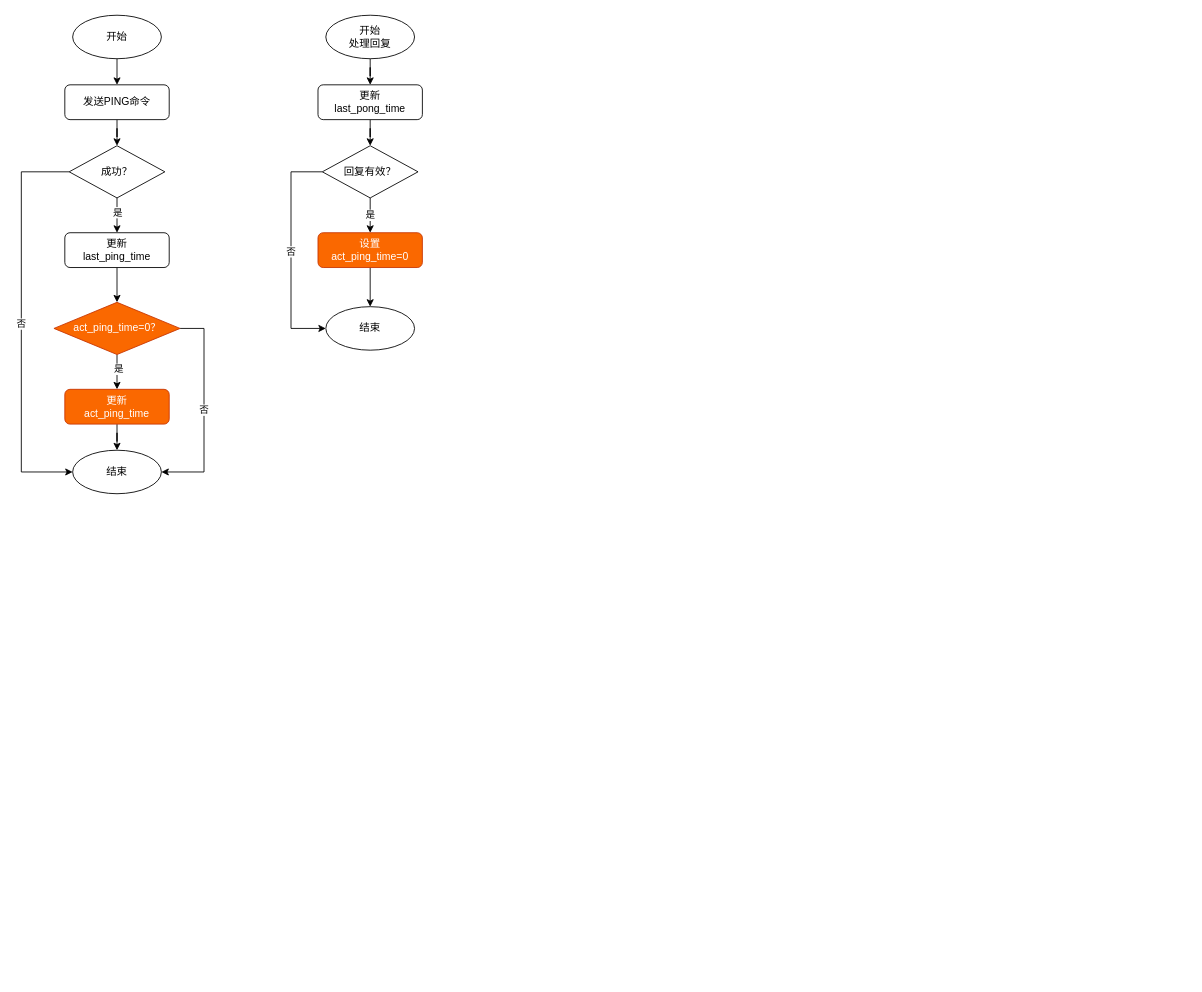
raysonxin/code-notes keeps this draw.io diagram as page "Sentinel" (5 of 5) of Untitled Diagram.drawio. Above is the earlier version. Source tidied: cells renumbered, new cells numbered last; positions are measured from the earlier drawing's top-left corner, leaving out a move shared by most shapes. Both pictures are drawn from the tidied source at 87%, with x=0, y=0 at pixel (21, 15).
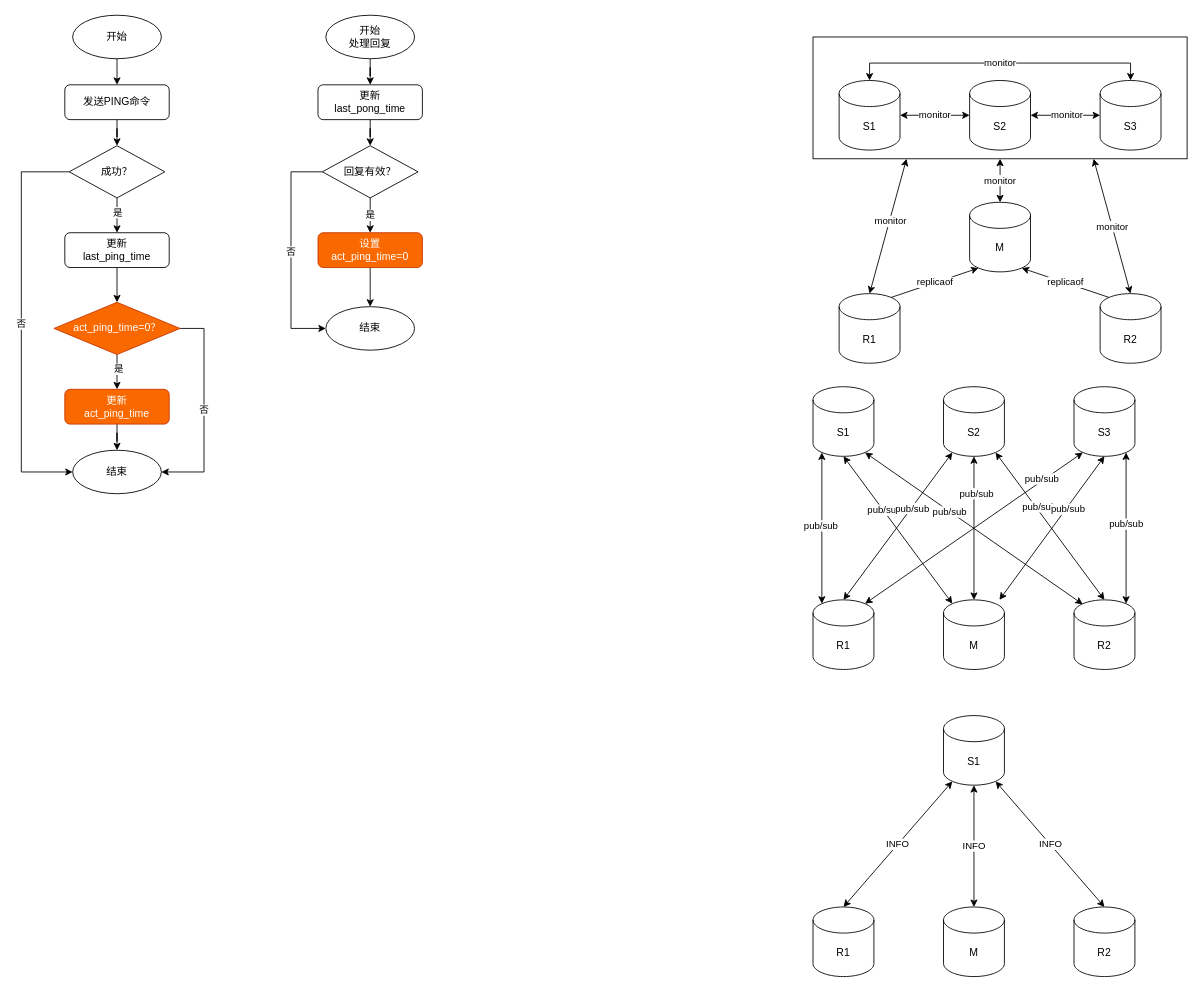
After the change.

Diff of the diagram source:
```diff
@@
+    <mxCell id="29" style="rounded=0;whiteSpace=wrap;html=1;" parent="1" vertex="1">
+      <mxGeometry x="910" y="25" width="430" height="140" as="geometry" />
+    </mxCell>
+    <mxCell id="30" value="monitor" style="edgeStyle=orthogonalEdgeStyle;rounded=0;jettySize=auto;html=1;exitX=1;exitY=0.5;exitDx=0;exitDy=0;exitPerimeter=0;entryX=0;entryY=0.5;entryDx=0;entryDy=0;entryPerimeter=0;startArrow=classic;startFill=1;" parent="1" edge="1" source="32" target="35">
+      <mxGeometry relative="1" as="geometry" />
+    </mxCell>
+    <mxCell id="31" value="monitor" style="edgeStyle=orthogonalEdgeStyle;rounded=0;jettySize=auto;html=1;exitX=0.5;exitY=0;exitDx=0;exitDy=0;exitPerimeter=0;entryX=0.5;entryY=0;entryDx=0;entryDy=0;entryPerimeter=0;startArrow=classic;startFill=1;" parent="1" edge="1" source="32" target="36">
+      <mxGeometry relative="1" as="geometry" />
+    </mxCell>
+    <mxCell id="32" value="S1" style="shape=cylinder3;whiteSpace=wrap;html=1;boundedLbl=1;backgroundOutline=1;size=15;" parent="1" vertex="1">
+      <mxGeometry x="940" y="75" width="70" height="80" as="geometry" />
+    </mxCell>
+    <mxCell id="33" style="edgeStyle=orthogonalEdgeStyle;rounded=0;jettySize=auto;html=1;exitX=1;exitY=0.5;exitDx=0;exitDy=0;exitPerimeter=0;entryX=0;entryY=0.5;entryDx=0;entryDy=0;entryPerimeter=0;startArrow=classic;startFill=1;" parent="1" edge="1" source="35" target="36">
+      <mxGeometry relative="1" as="geometry" />
+    </mxCell>
+    <mxCell id="34" value="monitor" style="edgeLabel;html=1;align=center;verticalAlign=middle;" parent="33" vertex="1">
+      <mxGeometry x="0.03" y="1" relative="1" as="geometry" />
+    </mxCell>
+    <mxCell id="35" value="S2" style="shape=cylinder3;whiteSpace=wrap;html=1;boundedLbl=1;backgroundOutline=1;size=15;" parent="1" vertex="1">
+      <mxGeometry x="1090" y="75" width="70" height="80" as="geometry" />
+    </mxCell>
+    <mxCell id="36" value="S3" style="shape=cylinder3;whiteSpace=wrap;html=1;boundedLbl=1;backgroundOutline=1;size=15;" parent="1" vertex="1">
+      <mxGeometry x="1240" y="75" width="70" height="80" as="geometry" />
+    </mxCell>
+    <mxCell id="37" value="monitor" style="edgeStyle=orthogonalEdgeStyle;rounded=0;jettySize=auto;html=1;exitX=0.5;exitY=0;exitDx=0;exitDy=0;exitPerimeter=0;entryX=0.5;entryY=1;entryDx=0;entryDy=0;startArrow=classic;startFill=1;" parent="1" edge="1" source="38" target="29">
+      <mxGeometry relative="1" as="geometry" />
+    </mxCell>
+    <mxCell id="38" value="M" style="shape=cylinder3;whiteSpace=wrap;html=1;boundedLbl=1;backgroundOutline=1;size=15;" parent="1" vertex="1">
+      <mxGeometry x="1090" y="215" width="70" height="80" as="geometry" />
+    </mxCell>
+    <mxCell id="39" value="replicaof" style="rounded=0;jettySize=auto;html=1;exitX=0.855;exitY=0;exitDx=0;exitDy=4.35;exitPerimeter=0;entryX=0.145;entryY=1;entryDx=0;entryDy=-4.35;entryPerimeter=0;" parent="1" edge="1" source="42" target="38">
+      <mxGeometry relative="1" as="geometry" />
+    </mxCell>
+    <mxCell id="40" style="rounded=0;jettySize=auto;html=1;exitX=0.5;exitY=0;exitDx=0;exitDy=0;exitPerimeter=0;entryX=0.25;entryY=1;entryDx=0;entryDy=0;startArrow=classic;startFill=1;" parent="1" edge="1" source="42" target="29">
+      <mxGeometry relative="1" as="geometry" />
+    </mxCell>
+    <mxCell id="41" value="monitor" style="edgeLabel;html=1;align=center;verticalAlign=middle;" parent="40" vertex="1">
+      <mxGeometry x="0.08" relative="1" as="geometry" />
+    </mxCell>
+    <mxCell id="42" value="R1" style="shape=cylinder3;whiteSpace=wrap;html=1;boundedLbl=1;backgroundOutline=1;size=15;" parent="1" vertex="1">
+      <mxGeometry x="940" y="320" width="70" height="80" as="geometry" />
+    </mxCell>
+    <mxCell id="43" value="replicaof" style="edgeStyle=none;rounded=0;jettySize=auto;html=1;exitX=0.145;exitY=0;exitDx=0;exitDy=4.35;exitPerimeter=0;entryX=0.855;entryY=1;entryDx=0;entryDy=-4.35;entryPerimeter=0;" parent="1" edge="1" source="45" target="38">
+      <mxGeometry relative="1" as="geometry" />
+    </mxCell>
+    <mxCell id="44" value="monitor" style="edgeStyle=none;rounded=0;jettySize=auto;html=1;exitX=0.5;exitY=0;exitDx=0;exitDy=0;exitPerimeter=0;entryX=0.75;entryY=1;entryDx=0;entryDy=0;startArrow=classic;startFill=1;" parent="1" edge="1" source="45" target="29">
+      <mxGeometry relative="1" as="geometry" />
+    </mxCell>
+    <mxCell id="45" value="R2" style="shape=cylinder3;whiteSpace=wrap;html=1;boundedLbl=1;backgroundOutline=1;size=15;" parent="1" vertex="1">
+      <mxGeometry x="1240" y="320" width="70" height="80" as="geometry" />
+    </mxCell>
+    <mxCell id="46" style="edgeStyle=none;rounded=0;jettySize=auto;html=1;exitX=0.145;exitY=1;exitDx=0;exitDy=-4.35;exitPerimeter=0;entryX=0.145;entryY=0;entryDx=0;entryDy=4.35;entryPerimeter=0;startArrow=classic;startFill=1;" parent="1" edge="1" source="52" target="68">
+      <mxGeometry relative="1" as="geometry" />
+    </mxCell>
+    <mxCell id="47" value="pub/sub" style="edgeLabel;html=1;align=center;verticalAlign=middle;" parent="46" vertex="1">
+      <mxGeometry x="-0.03" y="-2" relative="1" as="geometry" />
+    </mxCell>
+    <mxCell id="48" style="edgeStyle=none;rounded=0;jettySize=auto;html=1;exitX=0.5;exitY=1;exitDx=0;exitDy=0;exitPerimeter=0;entryX=0.145;entryY=0;entryDx=0;entryDy=4.35;entryPerimeter=0;startArrow=classic;startFill=1;" parent="1" edge="1" source="52" target="67">
+      <mxGeometry relative="1" as="geometry" />
+    </mxCell>
+    <mxCell id="49" value="pub/sub" style="edgeLabel;html=1;align=center;verticalAlign=middle;" parent="48" vertex="1">
+      <mxGeometry x="-0.27" y="1" relative="1" as="geometry" />
+    </mxCell>
+    <mxCell id="50" style="edgeStyle=none;rounded=0;jettySize=auto;html=1;exitX=0.855;exitY=1;exitDx=0;exitDy=-4.35;exitPerimeter=0;startArrow=classic;startFill=1;entryX=0.143;entryY=0.063;entryDx=0;entryDy=0;entryPerimeter=0;" parent="1" edge="1" source="52" target="69">
+      <mxGeometry relative="1" as="geometry" />
+    </mxCell>
+    <mxCell id="51" value="pub/sub" style="edgeLabel;html=1;align=center;verticalAlign=middle;" parent="50" vertex="1">
+      <mxGeometry x="-0.22" y="-1" relative="1" as="geometry">
+        <mxPoint y="-1" as="offset" />
+      </mxGeometry>
+    </mxCell>
+    <mxCell id="52" value="S1" style="shape=cylinder3;whiteSpace=wrap;html=1;boundedLbl=1;backgroundOutline=1;size=15;" parent="1" vertex="1">
+      <mxGeometry x="910" y="427" width="70" height="80" as="geometry" />
+    </mxCell>
+    <mxCell id="53" style="edgeStyle=none;rounded=0;jettySize=auto;html=1;exitX=0.145;exitY=1;exitDx=0;exitDy=-4.35;exitPerimeter=0;entryX=0.5;entryY=0;entryDx=0;entryDy=0;entryPerimeter=0;startArrow=classic;startFill=1;" parent="1" edge="1" source="59" target="68">
+      <mxGeometry relative="1" as="geometry" />
+    </mxCell>
+    <mxCell id="54" value="pub/sub" style="edgeLabel;html=1;align=center;verticalAlign=middle;" parent="53" vertex="1">
+      <mxGeometry x="-0.25" relative="1" as="geometry" />
+    </mxCell>
+    <mxCell id="55" style="edgeStyle=none;rounded=0;jettySize=auto;html=1;exitX=0.5;exitY=1;exitDx=0;exitDy=0;exitPerimeter=0;startArrow=classic;startFill=1;" parent="1" edge="1" source="59" target="67">
+      <mxGeometry relative="1" as="geometry" />
+    </mxCell>
+    <mxCell id="56" value="pub/sub" style="edgeLabel;html=1;align=center;verticalAlign=middle;" parent="55" vertex="1">
+      <mxGeometry x="-0.49" y="2" relative="1" as="geometry" />
+    </mxCell>
+    <mxCell id="57" style="edgeStyle=none;rounded=0;jettySize=auto;html=1;exitX=0.855;exitY=1;exitDx=0;exitDy=-4.35;exitPerimeter=0;entryX=0.5;entryY=0;entryDx=0;entryDy=0;entryPerimeter=0;startArrow=classic;startFill=1;" parent="1" edge="1" source="59" target="69">
+      <mxGeometry relative="1" as="geometry" />
+    </mxCell>
+    <mxCell id="58" value="pub/sub" style="edgeLabel;html=1;align=center;verticalAlign=middle;" parent="57" vertex="1">
+      <mxGeometry x="-0.25" y="3" relative="1" as="geometry" />
+    </mxCell>
+    <mxCell id="59" value="S2" style="shape=cylinder3;whiteSpace=wrap;html=1;boundedLbl=1;backgroundOutline=1;size=15;" parent="1" vertex="1">
+      <mxGeometry x="1060" y="427" width="70" height="80" as="geometry" />
+    </mxCell>
+    <mxCell id="60" style="edgeStyle=none;rounded=0;jettySize=auto;html=1;exitX=0.145;exitY=1;exitDx=0;exitDy=-4.35;exitPerimeter=0;entryX=0.855;entryY=0;entryDx=0;entryDy=4.35;entryPerimeter=0;startArrow=classic;startFill=1;" parent="1" edge="1" source="66" target="68">
+      <mxGeometry relative="1" as="geometry" />
+    </mxCell>
+    <mxCell id="61" value="pub/sub" style="edgeLabel;html=1;align=center;verticalAlign=middle;" parent="60" vertex="1">
+      <mxGeometry x="-0.63" y="-3" relative="1" as="geometry" />
+    </mxCell>
+    <mxCell id="62" style="edgeStyle=none;rounded=0;jettySize=auto;html=1;exitX=0.5;exitY=1;exitDx=0;exitDy=0;exitPerimeter=0;startArrow=classic;startFill=1;" parent="1" edge="1" source="66" target="67">
+      <mxGeometry relative="1" as="geometry" />
+    </mxCell>
+    <mxCell id="63" value="pub/sub" style="edgeLabel;html=1;align=center;verticalAlign=middle;" parent="62" vertex="1">
+      <mxGeometry x="-0.28" y="1" relative="1" as="geometry" />
+    </mxCell>
+    <mxCell id="64" style="edgeStyle=none;rounded=0;jettySize=auto;html=1;exitX=0.855;exitY=1;exitDx=0;exitDy=-4.35;exitPerimeter=0;entryX=0.855;entryY=0;entryDx=0;entryDy=4.35;entryPerimeter=0;startArrow=classic;startFill=1;" parent="1" edge="1" source="66" target="69">
+      <mxGeometry relative="1" as="geometry" />
+    </mxCell>
+    <mxCell id="65" value="pub/sub" style="edgeLabel;html=1;align=center;verticalAlign=middle;" parent="64" vertex="1">
+      <mxGeometry x="-0.06" relative="1" as="geometry" />
+    </mxCell>
+    <mxCell id="66" value="S3" style="shape=cylinder3;whiteSpace=wrap;html=1;boundedLbl=1;backgroundOutline=1;size=15;" parent="1" vertex="1">
+      <mxGeometry x="1210" y="427" width="70" height="80" as="geometry" />
+    </mxCell>
+    <mxCell id="67" value="M" style="shape=cylinder3;whiteSpace=wrap;html=1;boundedLbl=1;backgroundOutline=1;size=15;" parent="1" vertex="1">
+      <mxGeometry x="1060" y="672" width="70" height="80" as="geometry" />
+    </mxCell>
+    <mxCell id="68" value="R1" style="shape=cylinder3;whiteSpace=wrap;html=1;boundedLbl=1;backgroundOutline=1;size=15;" parent="1" vertex="1">
+      <mxGeometry x="910" y="672" width="70" height="80" as="geometry" />
+    </mxCell>
+    <mxCell id="69" value="R2" style="shape=cylinder3;whiteSpace=wrap;html=1;boundedLbl=1;backgroundOutline=1;size=15;" parent="1" vertex="1">
+      <mxGeometry x="1210" y="672" width="70" height="80" as="geometry" />
+    </mxCell>
+    <mxCell id="70" value="INFO" style="edgeStyle=none;rounded=0;jettySize=auto;html=1;exitX=0.145;exitY=1;exitDx=0;exitDy=-4.35;exitPerimeter=0;entryX=0.5;entryY=0;entryDx=0;entryDy=0;entryPerimeter=0;startArrow=classic;startFill=1;" parent="1" edge="1" source="73" target="75">
+      <mxGeometry relative="1" as="geometry" />
+    </mxCell>
+    <mxCell id="71" value="INFO" style="edgeStyle=none;rounded=0;jettySize=auto;html=1;exitX=0.5;exitY=1;exitDx=0;exitDy=0;exitPerimeter=0;startArrow=classic;startFill=1;" parent="1" edge="1" source="73" target="74">
+      <mxGeometry relative="1" as="geometry" />
+    </mxCell>
+    <mxCell id="72" value="INFO" style="edgeStyle=none;rounded=0;jettySize=auto;html=1;exitX=0.855;exitY=1;exitDx=0;exitDy=-4.35;exitPerimeter=0;entryX=0.5;entryY=0;entryDx=0;entryDy=0;entryPerimeter=0;startArrow=classic;startFill=1;" parent="1" edge="1" source="73" target="76">
+      <mxGeometry relative="1" as="geometry" />
+    </mxCell>
+    <mxCell id="73" value="S1" style="shape=cylinder3;whiteSpace=wrap;html=1;boundedLbl=1;backgroundOutline=1;size=15;" parent="1" vertex="1">
+      <mxGeometry x="1060" y="805" width="70" height="80" as="geometry" />
+    </mxCell>
+    <mxCell id="74" value="M" style="shape=cylinder3;whiteSpace=wrap;html=1;boundedLbl=1;backgroundOutline=1;size=15;" parent="1" vertex="1">
+      <mxGeometry x="1060" y="1025" width="70" height="80" as="geometry" />
+    </mxCell>
+    <mxCell id="75" value="R1" style="shape=cylinder3;whiteSpace=wrap;html=1;boundedLbl=1;backgroundOutline=1;size=15;" parent="1" vertex="1">
+      <mxGeometry x="910" y="1025" width="70" height="80" as="geometry" />
+    </mxCell>
+    <mxCell id="76" value="R2" style="shape=cylinder3;whiteSpace=wrap;html=1;boundedLbl=1;backgroundOutline=1;size=15;" parent="1" vertex="1">
+      <mxGeometry x="1210" y="1025" width="70" height="80" as="geometry" />
+    </mxCell>
```
